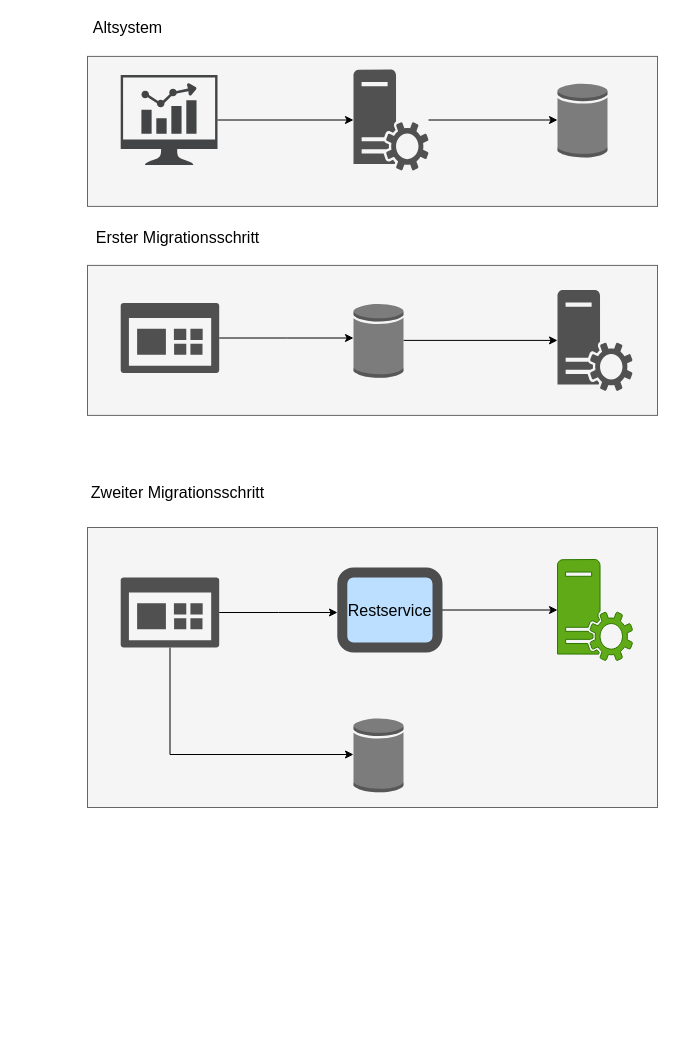
Before: Migrationsprozess/Migration_Step_1.drawio in Sarabor/diagrams, a draw.io diagram. Source tidied: cells renumbered, new cells numbered last; positions are measured from the earlier drawing's top-left corner, leaving out a move shared by most shapes. Both pictures are drawn from the tidied source at 100%, with x=0, y=0 at pixel (82, 17).
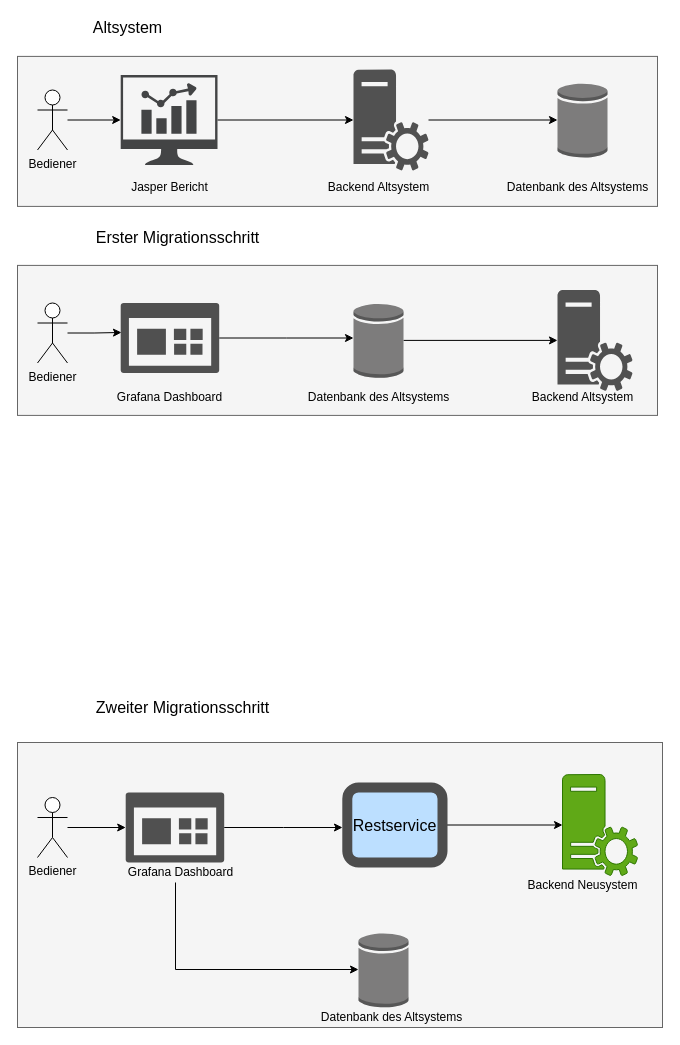
The same diagram, later.

Unchanged cells that the change refers to:
```xml
<mxCell id="8" style="shadow=0;dashed=0;html=1;strokeColor=none;fillColor=#434445;labelPosition=center;verticalLabelPosition=bottom;verticalAlign=top;align=center;outlineConnect=0;shape=mxgraph.vvd.nsx_dashboard;" parent="1" vertex="1">
  <mxGeometry x="38.2" y="57.5" width="96.8" height="90" as="geometry" />
</mxCell>
<mxCell id="10" style="shadow=0;dashed=0;html=1;strokeColor=none;labelPosition=center;verticalLabelPosition=bottom;verticalAlign=top;align=center;fillColor=#505050;shape=mxgraph.mscae.intune.dashboard;" parent="1" vertex="1">
  <mxGeometry x="38.2" y="285.5" width="98.5" height="70" as="geometry" />
</mxCell>
```

What changed in the source:
```diff
@@
     <mxCell id="2" style="rounded=0;whiteSpace=wrap;html=1;strokeWidth=1;fillColor=#f5f5f5;strokeColor=#666666;fontColor=#333333;" parent="1" vertex="1">
-      <mxGeometry x="5" y="510" width="570" height="280" as="geometry" />
+      <mxGeometry x="-65" y="725" width="645" height="285" as="geometry" />
     </mxCell>
     <mxCell id="3" style="rounded=0;whiteSpace=wrap;html=1;strokeWidth=1;fillColor=#f5f5f5;strokeColor=#666666;fontColor=#333333;" parent="1" vertex="1">
-      <mxGeometry x="5" y="247.9" width="570" height="150" as="geometry" />
+      <mxGeometry x="-65" y="247.9" width="640" height="150" as="geometry" />
     </mxCell>
     <mxCell id="4" style="rounded=0;whiteSpace=wrap;html=1;strokeWidth=1;fillColor=#f5f5f5;strokeColor=#666666;fontColor=#333333;" parent="1" vertex="1">
-      <mxGeometry x="5" y="38.9" width="570" height="150" as="geometry" />
+      <mxGeometry x="-65" y="38.9" width="640" height="150" as="geometry" />
     </mxCell>
@@
     <mxCell id="13" value="&lt;font style=&quot;font-size: 16px&quot;&gt;Restservice&lt;/font&gt;" style="rounded=1;whiteSpace=wrap;html=1;strokeColor=#4D4D4D;strokeWidth=10;fillColor=#BCDFFF;" parent="1" vertex="1">
-      <mxGeometry x="259.8" y="555" width="95.2" height="75" as="geometry" />
+      <mxGeometry x="264.8" y="770" width="95.2" height="75" as="geometry" />
     </mxCell>
@@
     <mxCell id="19" style="edgeStyle=orthogonalEdgeStyle;rounded=0;jettySize=auto;html=1;" parent="1" edge="1" source="21">
       <mxGeometry relative="1" as="geometry">
-        <mxPoint x="255" y="595" as="targetPoint" />
+        <mxPoint x="260" y="810" as="targetPoint" />
       </mxGeometry>
     </mxCell>
-    <mxCell id="20" style="edgeStyle=orthogonalEdgeStyle;rounded=0;jettySize=auto;html=1;" parent="1" edge="1" source="21" target="22">
+    <mxCell id="20" style="edgeStyle=orthogonalEdgeStyle;rounded=0;jettySize=auto;html=1;" parent="1" edge="1" source="32" target="22">
       <mxGeometry relative="1" as="geometry">
         <Array as="points">
-          <mxPoint x="88" y="737" />
+          <mxPoint x="93" y="952" />
         </Array>
       </mxGeometry>
     </mxCell>
     <mxCell id="21" style="shadow=0;dashed=0;html=1;strokeColor=none;labelPosition=center;verticalLabelPosition=bottom;verticalAlign=top;align=center;fillColor=#505050;shape=mxgraph.mscae.intune.dashboard;" parent="1" vertex="1">
-      <mxGeometry x="38.2" y="560" width="98.5" height="70" as="geometry" />
+      <mxGeometry x="43.2" y="775" width="98.5" height="70" as="geometry" />
     </mxCell>
     <mxCell id="22" style="outlineConnect=0;dashed=0;verticalLabelPosition=bottom;verticalAlign=top;align=center;html=1;shape=mxgraph.aws3.generic_database;fillColor=#7D7C7C;gradientColor=none;" parent="1" vertex="1">
-      <mxGeometry x="271" y="700" width="50" height="74.8" as="geometry" />
+      <mxGeometry x="276" y="915" width="50" height="74.8" as="geometry" />
     </mxCell>
     <mxCell id="23" style="shadow=0;dashed=0;html=1;strokeColor=#2D7600;labelPosition=center;verticalLabelPosition=bottom;verticalAlign=top;align=center;fillColor=#60a917;shape=mxgraph.mscae.system_center.roles;fontColor=#ffffff;" parent="1" vertex="1">
-      <mxGeometry x="475" y="542" width="75" height="101" as="geometry" />
+      <mxGeometry x="480" y="757" width="75" height="101" as="geometry" />
     </mxCell>
     <mxCell id="24" value="&lt;font style=&quot;font-size: 16px&quot;&gt;Zweiter Migrationsschritt&lt;/font&gt;" style="text;html=1;align=center;verticalAlign=middle;" parent="1" vertex="1">
-      <mxGeometry y="465" width="190" height="20" as="geometry" />
+      <mxGeometry x="5" y="680" width="190" height="20" as="geometry" />
     </mxCell>
+    <mxCell id="25" value="Jasper Bericht" style="text;html=1;align=center;verticalAlign=middle;" parent="1" vertex="1">
+      <mxGeometry x="41.6" y="160" width="90" height="20" as="geometry" />
+    </mxCell>
+    <mxCell id="26" value="Backend Altsystem" style="text;html=1;align=center;verticalAlign=middle;" parent="1" vertex="1">
+      <mxGeometry x="236" y="160" width="120" height="20" as="geometry" />
+    </mxCell>
+    <mxCell id="27" value="Datenbank des Altsystems" style="text;html=1;align=center;verticalAlign=middle;" parent="1" vertex="1">
+      <mxGeometry x="415" y="160" width="160" height="20" as="geometry" />
+    </mxCell>
+    <mxCell id="28" value="Grafana Dashboard" style="text;html=1;align=center;verticalAlign=middle;" parent="1" vertex="1">
+      <mxGeometry x="26.6" y="370" width="120" height="20" as="geometry" />
+    </mxCell>
+    <mxCell id="29" value="Datenbank des Altsystems" style="text;html=1;align=center;verticalAlign=middle;" parent="1" vertex="1">
+      <mxGeometry x="216" y="370" width="160" height="20" as="geometry" />
+    </mxCell>
+    <mxCell id="30" value="Backend Altsystem" style="text;html=1;align=center;verticalAlign=middle;" parent="1" vertex="1">
+      <mxGeometry x="440" y="370" width="120" height="20" as="geometry" />
+    </mxCell>
+    <mxCell id="31" value="Datenbank des Altsystems" style="text;html=1;align=center;verticalAlign=middle;" parent="1" vertex="1">
+      <mxGeometry x="229" y="990" width="160" height="20" as="geometry" />
+    </mxCell>
+    <mxCell id="32" value="Grafana Dashboard" style="text;html=1;align=center;verticalAlign=middle;points=[];" parent="1" vertex="1">
+      <mxGeometry x="38.2" y="845" width="120" height="20" as="geometry" />
+    </mxCell>
+    <mxCell id="33" value="Backend Neusystem" style="text;html=1;align=center;verticalAlign=middle;" parent="1" vertex="1">
+      <mxGeometry x="435" y="857.5" width="130" height="20" as="geometry" />
+    </mxCell>
+    <mxCell id="34" style="edgeStyle=orthogonalEdgeStyle;rounded=0;jettySize=auto;html=1;" parent="1" edge="1" source="35" target="8">
+      <mxGeometry relative="1" as="geometry" />
+    </mxCell>
+    <mxCell id="35" value="Bediener" style="shape=umlActor;verticalLabelPosition=bottom;verticalAlign=top;html=1;outlineConnect=0;" parent="1" vertex="1">
+      <mxGeometry x="-45" y="72.5" width="30" height="60" as="geometry" />
+    </mxCell>
+    <mxCell id="36" style="edgeStyle=orthogonalEdgeStyle;rounded=0;jettySize=auto;html=1;entryX=0.008;entryY=0.421;entryDx=0;entryDy=0;entryPerimeter=0;" parent="1" edge="1" source="37" target="10">
+      <mxGeometry relative="1" as="geometry" />
+    </mxCell>
+    <mxCell id="37" value="Bediener" style="shape=umlActor;verticalLabelPosition=bottom;verticalAlign=top;html=1;outlineConnect=0;" parent="1" vertex="1">
+      <mxGeometry x="-45" y="285.5" width="30" height="60" as="geometry" />
+    </mxCell>
+    <mxCell id="38" style="edgeStyle=orthogonalEdgeStyle;rounded=0;jettySize=auto;html=1;entryX=0;entryY=0.5;entryDx=0;entryDy=0;entryPerimeter=0;" parent="1" edge="1" source="39" target="21">
+      <mxGeometry relative="1" as="geometry" />
+    </mxCell>
+    <mxCell id="39" value="Bediener" style="shape=umlActor;verticalLabelPosition=bottom;verticalAlign=top;html=1;outlineConnect=0;" parent="1" vertex="1">
+      <mxGeometry x="-45" y="780" width="30" height="60" as="geometry" />
+    </mxCell>
```
